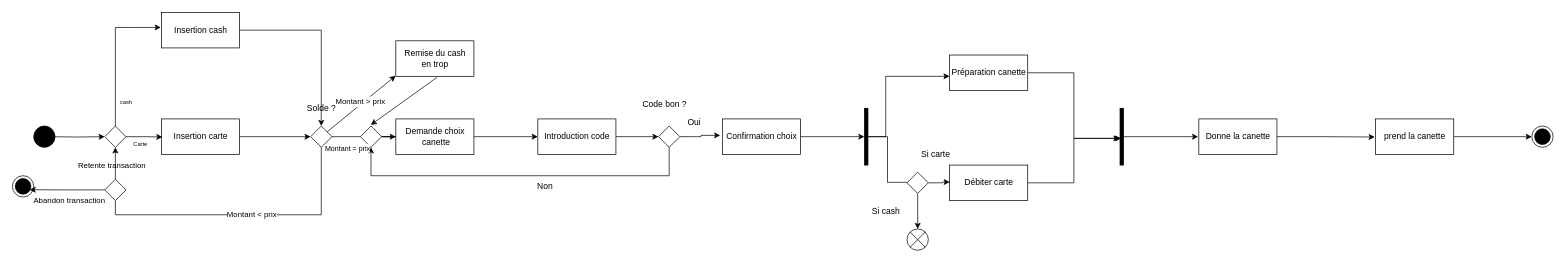
Earlier version of the draw.io diagram page "Distributeur line" (9 of 9) of Exo web AD.drawio (michaelnba23/Ichec). Source tidied: cells renumbered, new cells numbered last; positions are measured from the earlier drawing's top-left corner, leaving out a move shared by most shapes. Both pictures are drawn from the tidied source at 71%, with x=0, y=0 at pixel (12, 12).
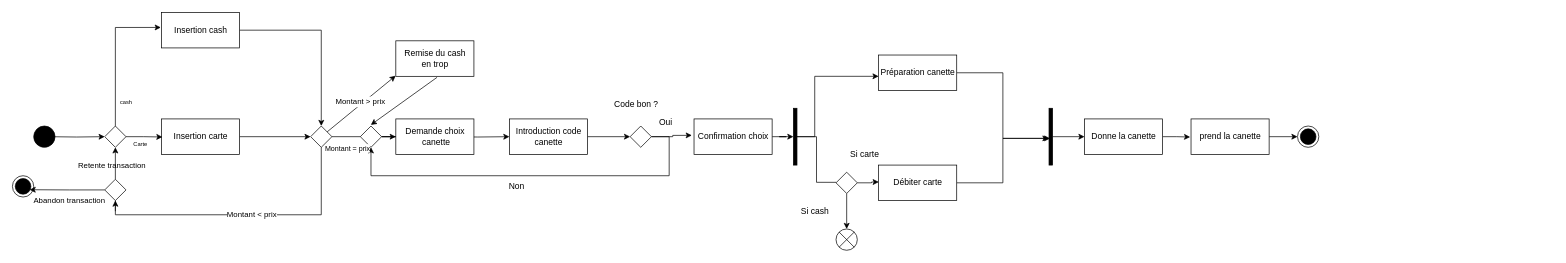
Above is the later version.

The change refers to these unchanged cells:
```xml
<mxCell id="12" value="Demande choix&lt;br&gt;&amp;nbsp;canette" style="html=1;" parent="1" vertex="1">
  <mxGeometry x="540" y="150" width="110" height="50" as="geometry" />
</mxCell>
<mxCell id="57" style="rhombus;" parent="1" vertex="1">
  <mxGeometry x="130" y="235" width="30" height="30" as="geometry" />
</mxCell>
```

Change to the diagram source:
```diff
@@
     <mxCell id="4" value="Préparation canette" style="html=1;" parent="1" vertex="1">
-      <mxGeometry x="1320" y="60" width="110" height="50" as="geometry" />
+      <mxGeometry x="1220" y="60" width="110" height="50" as="geometry" />
     </mxCell>
@@
     <mxCell id="6" value="Débiter carte" style="html=1;" parent="1" vertex="1">
-      <mxGeometry x="1320" y="215" width="110" height="50" as="geometry" />
+      <mxGeometry x="1220" y="215" width="110" height="50" as="geometry" />
     </mxCell>
@@
     <mxCell id="8" value="Confirmation choix" style="html=1;" parent="1" vertex="1">
-      <mxGeometry x="1000" y="150" width="110" height="50" as="geometry" />
+      <mxGeometry x="960" y="150" width="110" height="50" as="geometry" />
     </mxCell>
@@
-    <mxCell id="10" value="Introduction code" style="html=1;" parent="1" vertex="1">
-      <mxGeometry x="740" y="150" width="110" height="50" as="geometry" />
+    <mxCell id="10" value="Introduction code&lt;br&gt;canette" style="html=1;" parent="1" vertex="1">
+      <mxGeometry x="700" y="150" width="110" height="50" as="geometry" />
     </mxCell>
-    <mxCell id="11" style="edgeStyle=orthogonalEdgeStyle;rounded=0;jettySize=auto;html=1;entryX=0;entryY=0.5;entryDx=0;entryDy=0;entryPerimeter=0;" parent="1" edge="1" source="12" target="10">
-      <mxGeometry relative="1" as="geometry" />
+    <mxCell id="11" style="edgeStyle=orthogonalEdgeStyle;rounded=0;jettySize=auto;html=1;entryX=0;entryY=0.5;entryDx=0;entryDy=0;entryPerimeter=0;" parent="1" edge="1" target="10">
+      <mxGeometry relative="1" as="geometry">
+        <mxPoint x="610" y="175" as="sourcePoint" />
+      </mxGeometry>
     </mxCell>
@@
     <mxCell id="19" style="rhombus;" parent="1" vertex="1">
-      <mxGeometry x="910" y="160" width="30" height="30" as="geometry" />
+      <mxGeometry x="870" y="160" width="30" height="30" as="geometry" />
     </mxCell>
@@
-    <mxCell id="26" value="Solde ?" style="text;html=1;align=center;verticalAlign=middle;strokeColor=none;fillColor=none;" parent="1" vertex="1">
-      <mxGeometry x="405" y="120" width="60" height="30" as="geometry" />
-    </mxCell>
     <mxCell id="27" value="Code bon ?&amp;nbsp;" style="text;html=1;align=center;verticalAlign=middle;strokeColor=none;fillColor=none;" parent="1" vertex="1">
-      <mxGeometry x="875" y="115" width="90" height="30" as="geometry" />
+      <mxGeometry x="835" y="115" width="90" height="30" as="geometry" />
     </mxCell>
@@
     <mxCell id="31" value="Oui" style="text;html=1;align=center;verticalAlign=middle;strokeColor=none;fillColor=none;" parent="1" vertex="1">
-      <mxGeometry x="940" y="140" width="40" height="30" as="geometry" />
+      <mxGeometry x="900" y="140" width="40" height="30" as="geometry" />
     </mxCell>
     <mxCell id="32" value="Non" style="text;html=1;align=center;verticalAlign=middle;strokeColor=none;fillColor=none;" parent="1" vertex="1">
-      <mxGeometry x="725" y="230" width="50" height="30" as="geometry" />
+      <mxGeometry x="685" y="230" width="50" height="30" as="geometry" />
     </mxCell>
@@
     <mxCell id="34" style="edgeStyle=orthogonalEdgeStyle;rounded=0;jettySize=auto;html=1;entryX=0;entryY=0.6;entryDx=0;entryDy=0;entryPerimeter=0;" parent="1" edge="1" source="35" target="4">
       <mxGeometry relative="1" as="geometry">
         <Array as="points">
-          <mxPoint x="1230" y="175" />
-          <mxPoint x="1230" y="90" />
+          <mxPoint x="1130" y="175" />
+          <mxPoint x="1130" y="90" />
         </Array>
       </mxGeometry>
     </mxCell>
     <mxCell id="35" style="html=1;points=[];perimeter=orthogonalPerimeter;fillColor=strokeColor;" parent="1" vertex="1">
-      <mxGeometry x="1200" y="135" width="5" height="80" as="geometry" />
+      <mxGeometry x="1100" y="135" width="5" height="80" as="geometry" />
     </mxCell>
-    <mxCell id="36" style="edgeStyle=orthogonalEdgeStyle;rounded=0;jettySize=auto;html=1;" parent="1" edge="1" source="37">
-      <mxGeometry relative="1" as="geometry">
-        <mxPoint x="1670" y="175" as="targetPoint" />
-      </mxGeometry>
-    </mxCell>
+    <mxCell id="63" style="edgeStyle=orthogonalEdgeStyle;rounded=0;jettySize=auto;html=1;entryX=0;entryY=0.5;entryDx=0;entryDy=0;fontSize=9;" parent="1" edge="1" source="37" target="39">
+      <mxGeometry relative="1" as="geometry" />
+    </mxCell>
     <mxCell id="37" style="html=1;points=[];perimeter=orthogonalPerimeter;fillColor=strokeColor;" parent="1" vertex="1">
-      <mxGeometry x="1560" y="135" width="5" height="80" as="geometry" />
+      <mxGeometry x="1460" y="135" width="5" height="80" as="geometry" />
     </mxCell>
@@
     <mxCell id="39" value="Donne la canette" style="html=1;" parent="1" vertex="1">
-      <mxGeometry x="1671" y="150" width="110" height="50" as="geometry" />
+      <mxGeometry x="1510" y="150" width="110" height="50" as="geometry" />
     </mxCell>
@@
     <mxCell id="41" value="prend la canette" style="html=1;" parent="1" vertex="1">
-      <mxGeometry x="1920" y="150" width="110" height="50" as="geometry" />
+      <mxGeometry x="1660" y="150" width="110" height="50" as="geometry" />
     </mxCell>
@@
     <mxCell id="47" style="rhombus;fontSize=12;" parent="1" vertex="1">
-      <mxGeometry x="1260" y="225" width="30" height="30" as="geometry" />
+      <mxGeometry x="1160" y="225" width="30" height="30" as="geometry" />
     </mxCell>
@@
     <mxCell id="49" value="Si carte" style="text;html=1;align=center;verticalAlign=middle;strokeColor=none;fillColor=none;fontSize=12;" parent="1" vertex="1">
-      <mxGeometry x="1270" y="185" width="60" height="30" as="geometry" />
+      <mxGeometry x="1170" y="185" width="60" height="30" as="geometry" />
     </mxCell>
     <mxCell id="50" style="shape=sumEllipse;perimeter=ellipsePerimeter;whiteSpace=wrap;html=1;backgroundOutline=1;fontSize=12;" parent="1" vertex="1">
-      <mxGeometry x="1260" y="305" width="30" height="30" as="geometry" />
+      <mxGeometry x="1160" y="305" width="30" height="30" as="geometry" />
     </mxCell>
     <mxCell id="51" value="Si cash" style="text;html=1;align=center;verticalAlign=middle;strokeColor=none;fillColor=none;fontSize=12;" parent="1" vertex="1">
-      <mxGeometry x="1200" y="265" width="60" height="30" as="geometry" />
+      <mxGeometry x="1100" y="265" width="60" height="30" as="geometry" />
     </mxCell>
@@
     <mxCell id="62" style="ellipse;html=1;shape=endState;fillColor=strokeColor;fontSize=11;" parent="1" vertex="1">
-      <mxGeometry x="2140" y="160" width="30" height="30" as="geometry" />
+      <mxGeometry x="1810" y="160" width="30" height="30" as="geometry" />
     </mxCell>
+    <mxCell id="64" style="endArrow=classic;html=1;rounded=0;fontSize=9;entryX=0.5;entryY=1;entryDx=0;entryDy=0;" parent="1" edge="1" target="57">
+      <mxGeometry relative="1" as="geometry">
+        <mxPoint x="145" y="280" as="sourcePoint" />
+      </mxGeometry>
+    </mxCell>
```
